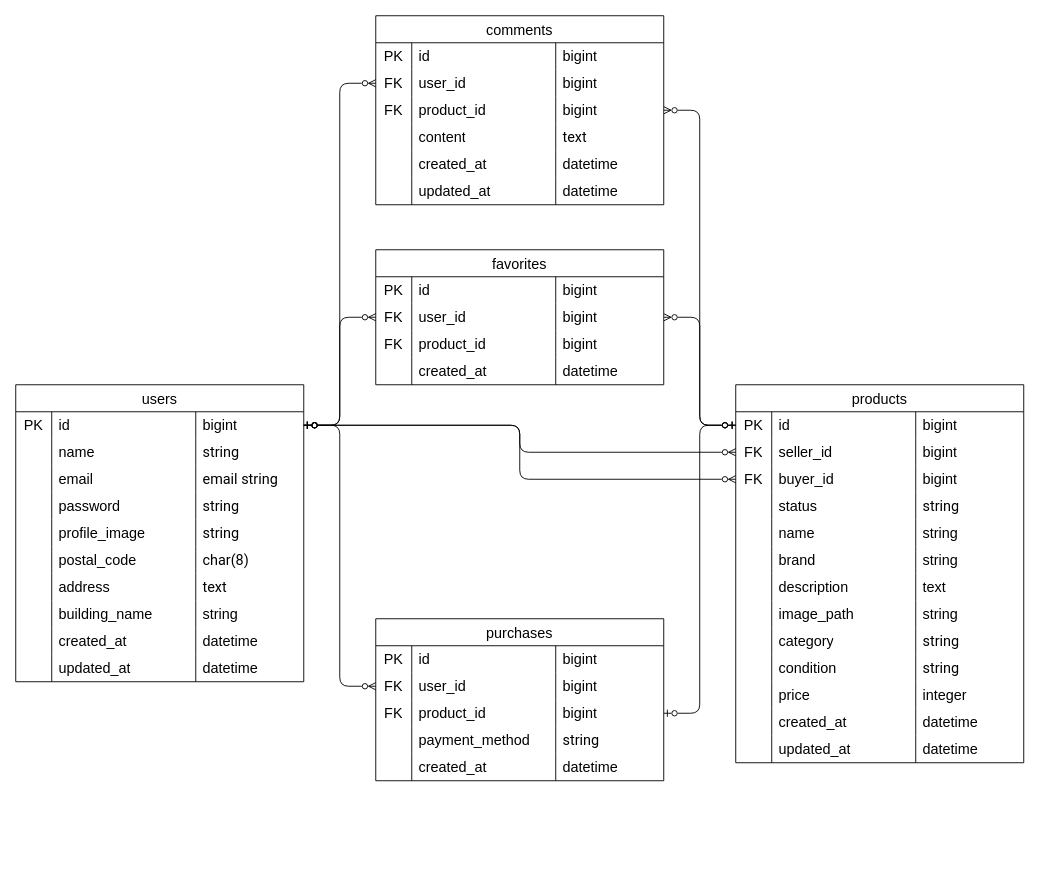
The draw.io diagram page "ページ2" (1 of 2) of .dio in sub-law/mock-project-01-develop, before the edit. Source tidied: cells renumbered, new cells numbered last; positions are measured from the earlier drawing's top-left corner, leaving out a move shared by most shapes. Both pictures are drawn from the tidied source at 90%, with x=0, y=0 at pixel (15, 15).
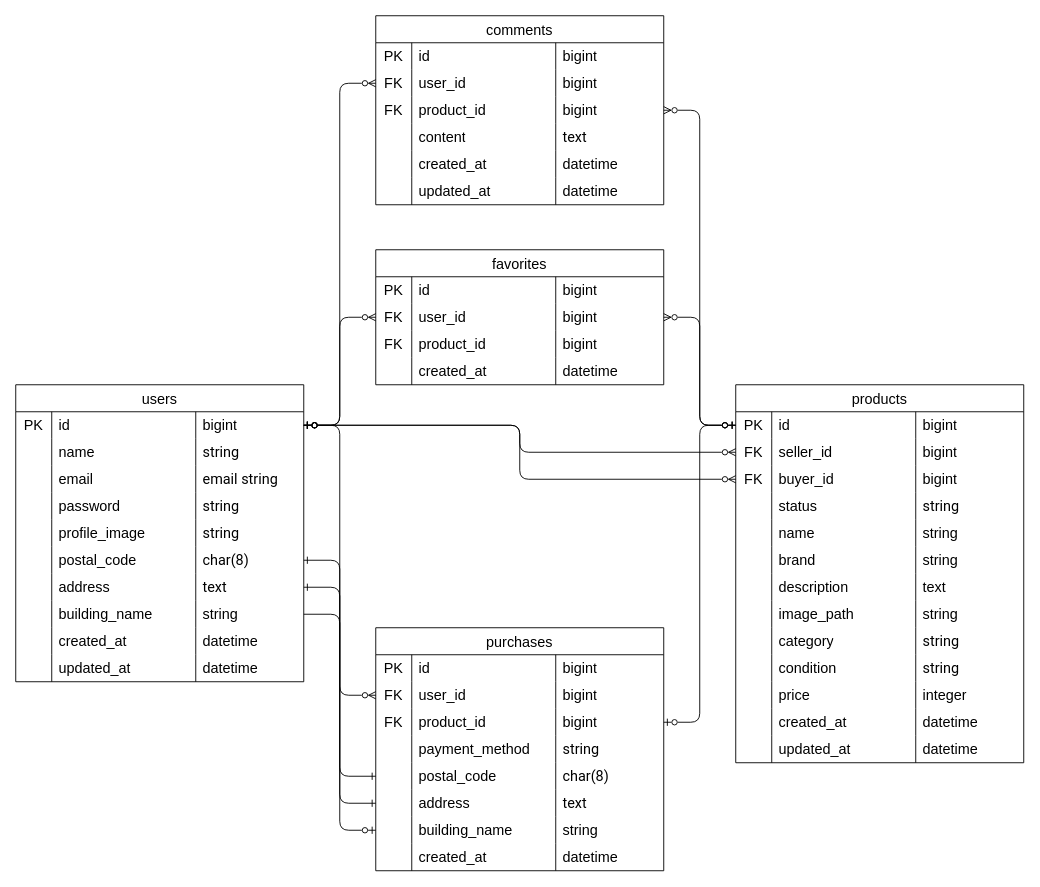
Above is the later version.

Unchanged cells that the change refers to:
```xml
<mxCell id="23" style="shape=tableRow;horizontal=0;startSize=0;swimlaneHead=0;swimlaneBody=0;top=0;left=0;bottom=0;right=0;fillColor=none;points=[[0,0.5],[1,0.5]];portConstraint=eastwest;strokeColor=inherit;fontSize=16;" parent="2" vertex="1">
  <mxGeometry y="180" width="320" height="30" as="geometry" />
</mxCell>
<mxCell id="27" style="shape=tableRow;horizontal=0;startSize=0;swimlaneHead=0;swimlaneBody=0;top=0;left=0;bottom=0;right=0;fillColor=none;points=[[0,0.5],[1,0.5]];portConstraint=eastwest;strokeColor=inherit;fontSize=16;" parent="2" vertex="1">
  <mxGeometry y="210" width="320" height="30" as="geometry" />
</mxCell>
<mxCell id="31" style="shape=tableRow;horizontal=0;startSize=0;swimlaneHead=0;swimlaneBody=0;top=0;left=0;bottom=0;right=0;fillColor=none;points=[[0,0.5],[1,0.5]];portConstraint=eastwest;strokeColor=inherit;fontSize=16;" parent="2" vertex="1">
  <mxGeometry y="240" width="320" height="30" as="geometry" />
</mxCell>
```

The edit, as a diff of the source:
```diff
@@
     <mxCell id="144" value="purchases" style="shape=table;startSize=30;childLayout=tableLayout;rowLines=0;fontStyle=0;strokeColor=default;fontSize=16;" parent="1" vertex="1">
-      <mxGeometry x="400" y="670" width="320" height="180" as="geometry" />
+      <mxGeometry x="400" y="680" width="320" height="270" as="geometry" />
     </mxCell>
@@
+    <mxCell id="167" style="shape=tableRow;horizontal=0;startSize=0;swimlaneHead=0;swimlaneBody=0;top=0;left=0;bottom=0;right=0;fillColor=none;points=[[0,0.5],[1,0.5]];portConstraint=eastwest;strokeColor=inherit;fontSize=16;" parent="144" vertex="1">
+      <mxGeometry y="150" width="320" height="30" as="geometry" />
+    </mxCell>
+    <mxCell id="168" style="shape=partialRectangle;html=1;whiteSpace=wrap;fillColor=none;top=0;left=0;bottom=0;right=0;overflow=hidden;strokeColor=inherit;fontSize=16;" parent="167" vertex="1">
+      <mxGeometry width="40" height="30" as="geometry" />
+    </mxCell>
+    <mxCell id="169" value="&lt;span style=&quot;color: rgb(0, 0, 0); font-family: Arial;&quot;&gt;postal_code&lt;/span&gt;" style="shape=partialRectangle;html=1;whiteSpace=wrap;fillColor=none;top=0;left=0;bottom=0;right=0;align=left;spacingLeft=6;overflow=hidden;strokeColor=inherit;fontSize=16;" parent="167" vertex="1">
+      <mxGeometry x="40" width="160" height="30" as="geometry" />
+    </mxCell>
+    <mxCell id="170" value="&lt;span style=&quot;color: rgb(0, 0, 0); font-family: Roboto, Arial;&quot;&gt;char(8)&lt;/span&gt;" style="shape=partialRectangle;html=1;whiteSpace=wrap;fillColor=none;top=0;left=0;bottom=0;right=0;align=left;spacingLeft=6;overflow=hidden;strokeColor=inherit;fontSize=16;" parent="167" vertex="1">
+      <mxGeometry x="200" width="120" height="30" as="geometry" />
+    </mxCell>
+    <mxCell id="171" style="shape=tableRow;horizontal=0;startSize=0;swimlaneHead=0;swimlaneBody=0;top=0;left=0;bottom=0;right=0;fillColor=none;points=[[0,0.5],[1,0.5]];portConstraint=eastwest;strokeColor=inherit;fontSize=16;" parent="144" vertex="1">
+      <mxGeometry y="180" width="320" height="30" as="geometry" />
+    </mxCell>
+    <mxCell id="172" style="shape=partialRectangle;html=1;whiteSpace=wrap;fillColor=none;top=0;left=0;bottom=0;right=0;overflow=hidden;strokeColor=inherit;fontSize=16;" parent="171" vertex="1">
+      <mxGeometry width="40" height="30" as="geometry" />
+    </mxCell>
+    <mxCell id="173" value="&lt;span style=&quot;color: rgb(0, 0, 0); font-family: Arial;&quot;&gt;address&lt;/span&gt;" style="shape=partialRectangle;html=1;whiteSpace=wrap;fillColor=none;top=0;left=0;bottom=0;right=0;align=left;spacingLeft=6;overflow=hidden;strokeColor=inherit;fontSize=16;" parent="171" vertex="1">
+      <mxGeometry x="40" width="160" height="30" as="geometry" />
+    </mxCell>
+    <mxCell id="174" value="&lt;span style=&quot;color: rgb(0, 0, 0); font-family: Roboto, Arial;&quot;&gt;text&lt;/span&gt;" style="shape=partialRectangle;html=1;whiteSpace=wrap;fillColor=none;top=0;left=0;bottom=0;right=0;align=left;spacingLeft=6;overflow=hidden;strokeColor=inherit;fontSize=16;" parent="171" vertex="1">
+      <mxGeometry x="200" width="120" height="30" as="geometry" />
+    </mxCell>
+    <mxCell id="175" style="shape=tableRow;horizontal=0;startSize=0;swimlaneHead=0;swimlaneBody=0;top=0;left=0;bottom=0;right=0;fillColor=none;points=[[0,0.5],[1,0.5]];portConstraint=eastwest;strokeColor=inherit;fontSize=16;" parent="144" vertex="1">
+      <mxGeometry y="210" width="320" height="30" as="geometry" />
+    </mxCell>
+    <mxCell id="176" style="shape=partialRectangle;html=1;whiteSpace=wrap;fillColor=none;top=0;left=0;bottom=0;right=0;overflow=hidden;strokeColor=inherit;fontSize=16;" parent="175" vertex="1">
+      <mxGeometry width="40" height="30" as="geometry" />
+    </mxCell>
+    <mxCell id="177" value="&lt;span style=&quot;color: rgb(0, 0, 0);&quot;&gt;building_name&lt;/span&gt;" style="shape=partialRectangle;html=1;whiteSpace=wrap;fillColor=none;top=0;left=0;bottom=0;right=0;align=left;spacingLeft=6;overflow=hidden;strokeColor=inherit;fontSize=16;" parent="175" vertex="1">
+      <mxGeometry x="40" width="160" height="30" as="geometry" />
+    </mxCell>
+    <mxCell id="178" value="&lt;span style=&quot;color: rgb(0, 0, 0);&quot;&gt;string&lt;/span&gt;" style="shape=partialRectangle;html=1;whiteSpace=wrap;fillColor=none;top=0;left=0;bottom=0;right=0;align=left;spacingLeft=6;overflow=hidden;strokeColor=inherit;fontSize=16;" parent="175" vertex="1">
+      <mxGeometry x="200" width="120" height="30" as="geometry" />
+    </mxCell>
     <mxCell id="161" style="shape=tableRow;horizontal=0;startSize=0;swimlaneHead=0;swimlaneBody=0;top=0;left=0;bottom=0;right=0;fillColor=none;strokeColor=inherit;fontSize=16;" parent="144" vertex="1">
-      <mxGeometry y="150" width="320" height="30" as="geometry" />
+      <mxGeometry y="240" width="320" height="30" as="geometry" />
     </mxCell>
@@
+    <mxCell id="179" style="edgeStyle=orthogonalEdgeStyle;html=1;exitX=1;exitY=0.5;exitDx=0;exitDy=0;startArrow=ERone;startFill=0;endArrow=ERone;endFill=0;" parent="1" edge="1" source="23" target="167">
+      <mxGeometry relative="1" as="geometry" />
+    </mxCell>
+    <mxCell id="180" style="edgeStyle=orthogonalEdgeStyle;html=1;exitX=1;exitY=0.5;exitDx=0;exitDy=0;startArrow=ERone;startFill=0;endArrow=ERone;endFill=0;" parent="1" edge="1" source="27" target="171">
+      <mxGeometry relative="1" as="geometry" />
+    </mxCell>
+    <mxCell id="181" style="edgeStyle=orthogonalEdgeStyle;html=1;exitX=1;exitY=0.5;exitDx=0;exitDy=0;endArrow=ERzeroToOne;endFill=0;" parent="1" edge="1" source="31" target="175">
+      <mxGeometry relative="1" as="geometry" />
+    </mxCell>
```
